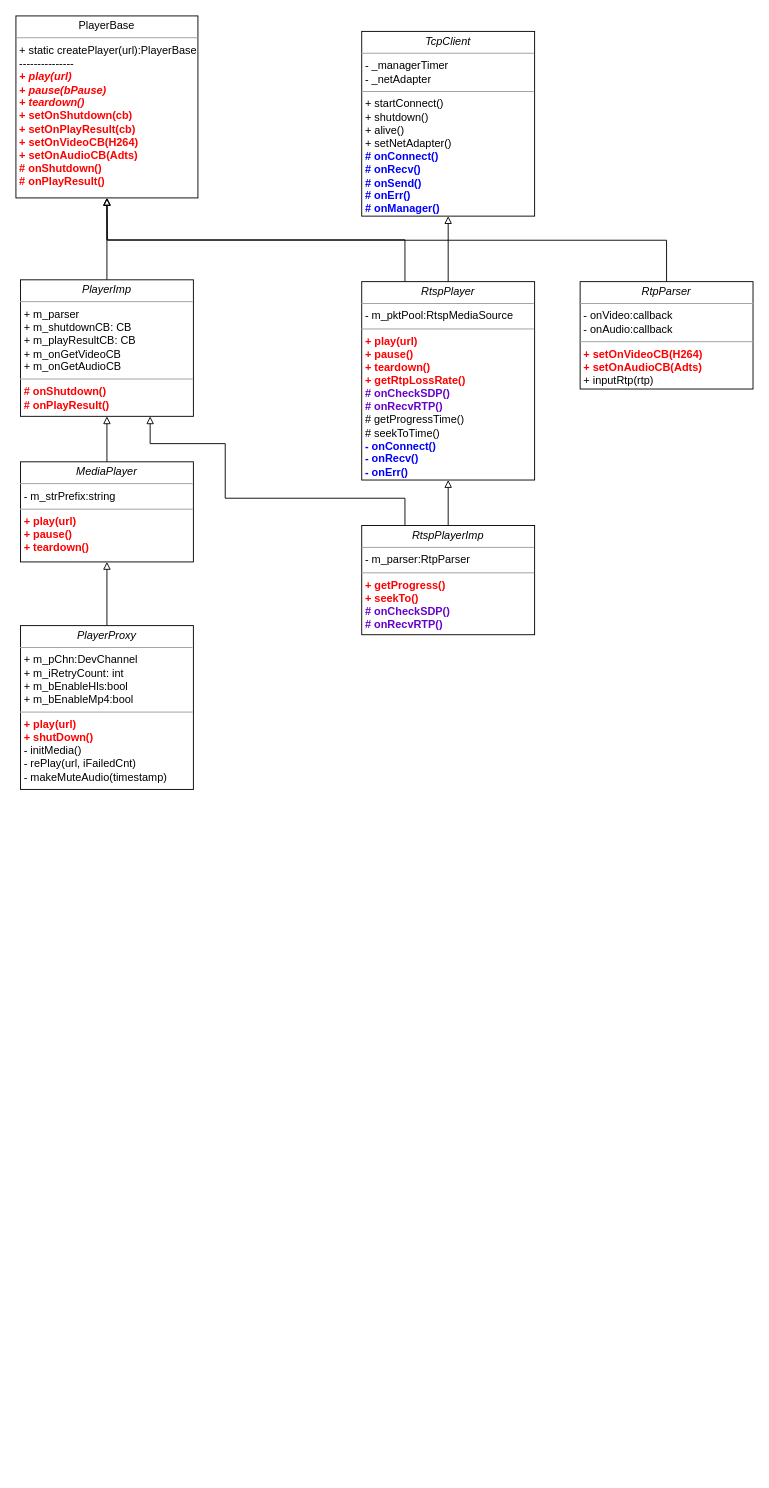
Before: 未命名绘图.drawio in ZlatanWoody/study_alg, a draw.io diagram. Source tidied: cells renumbered, new cells numbered last; positions are measured from the earlier drawing's top-left corner, leaving out a move shared by most shapes. Both pictures are drawn from the tidied source at 91%, with x=0, y=0 at pixel (15, 15).
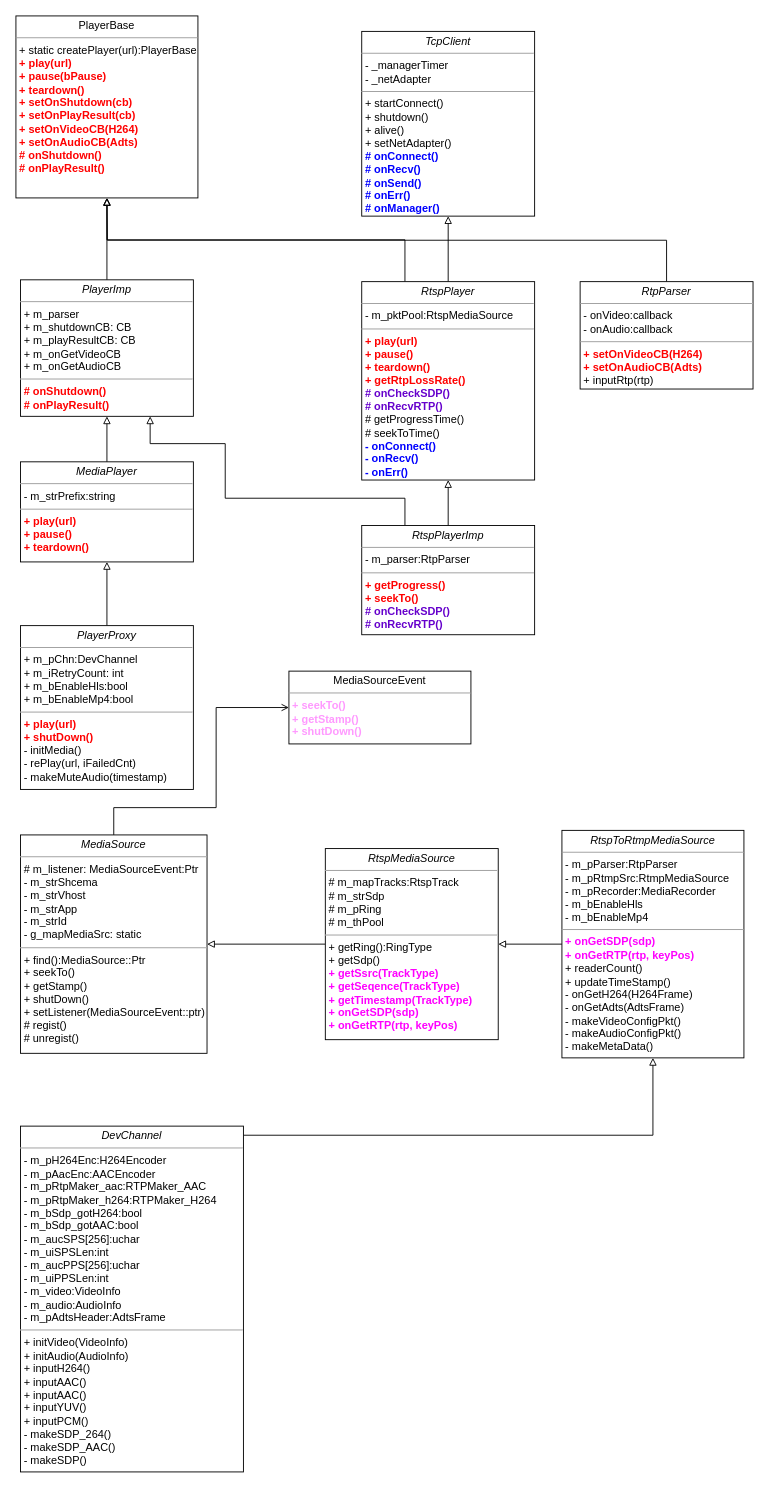
After the change.

Diff of the diagram source:
```diff
@@
-    <mxCell id="2" value="&lt;p style=&quot;margin:0px;margin-top:4px;text-align:center;&quot;&gt;PlayerBase&lt;/p&gt;&lt;hr size=&quot;1&quot;&gt;&lt;p style=&quot;margin:0px;margin-left:4px;&quot;&gt;+ static createPlayer(url):PlayerBase&lt;/p&gt;&lt;p style=&quot;margin:0px;margin-left:4px;&quot;&gt;---------------&lt;/p&gt;&lt;p style=&quot;margin:0px;margin-left:4px;&quot;&gt;&lt;i&gt;&lt;b&gt;&lt;font color=&quot;#ff0000&quot;&gt;+ play(url)&lt;br&gt;+ pause(bPause)&lt;/font&gt;&lt;/b&gt;&lt;/i&gt;&lt;/p&gt;&lt;p style=&quot;margin:0px;margin-left:4px;&quot;&gt;&lt;i&gt;&lt;b&gt;&lt;font color=&quot;#ff0000&quot;&gt;+ teardown()&lt;/font&gt;&lt;/b&gt;&lt;/i&gt;&lt;/p&gt;&lt;p style=&quot;margin:0px;margin-left:4px;&quot;&gt;&lt;b&gt;&lt;font color=&quot;#ff0000&quot;&gt;+ setOnShutdown(cb)&lt;/font&gt;&lt;/b&gt;&lt;/p&gt;&lt;p style=&quot;margin:0px;margin-left:4px;&quot;&gt;&lt;b&gt;&lt;font color=&quot;#ff0000&quot;&gt;+ setOnPlayResult(cb)&lt;/font&gt;&lt;/b&gt;&lt;/p&gt;&lt;p style=&quot;margin:0px;margin-left:4px;&quot;&gt;&lt;b&gt;&lt;font color=&quot;#ff0000&quot;&gt;+ setOnVideoCB(H264)&lt;/font&gt;&lt;/b&gt;&lt;/p&gt;&lt;p style=&quot;margin:0px;margin-left:4px;&quot;&gt;&lt;b&gt;&lt;font color=&quot;#ff0000&quot;&gt;+ setOnAudioCB(Adts)&lt;/font&gt;&lt;/b&gt;&lt;/p&gt;&lt;p style=&quot;margin:0px;margin-left:4px;&quot;&gt;&lt;b&gt;&lt;font color=&quot;#ff0000&quot;&gt;# onShutdown()&lt;/font&gt;&lt;/b&gt;&lt;/p&gt;&lt;p style=&quot;margin:0px;margin-left:4px;&quot;&gt;&lt;b&gt;&lt;font color=&quot;#ff0000&quot;&gt;# onPlayResult()&lt;/font&gt;&lt;/b&gt;&lt;/p&gt;&lt;p style=&quot;margin:0px;margin-left:4px;&quot;&gt;&lt;br&gt;&lt;/p&gt;" style="verticalAlign=top;align=left;overflow=fill;fontSize=12;fontFamily=Helvetica;html=1;rounded=0;shadow=0;comic=0;labelBackgroundColor=none;strokeWidth=1;" parent="1" vertex="1">
+    <mxCell id="2" value="&lt;p style=&quot;margin:0px;margin-top:4px;text-align:center;&quot;&gt;PlayerBase&lt;/p&gt;&lt;hr size=&quot;1&quot;&gt;&lt;p style=&quot;margin:0px;margin-left:4px;&quot;&gt;+ static createPlayer(url):PlayerBase&lt;/p&gt;&lt;p style=&quot;margin:0px;margin-left:4px;&quot;&gt;&lt;font style=&quot;&quot; color=&quot;#ff0000&quot;&gt;&lt;b&gt;+ play(url)&lt;br&gt;+ pause(bPause)&lt;/b&gt;&lt;/font&gt;&lt;/p&gt;&lt;p style=&quot;margin:0px;margin-left:4px;&quot;&gt;&lt;font style=&quot;&quot; color=&quot;#ff0000&quot;&gt;&lt;b&gt;+ teardown()&lt;/b&gt;&lt;/font&gt;&lt;/p&gt;&lt;p style=&quot;margin:0px;margin-left:4px;&quot;&gt;&lt;b&gt;&lt;font color=&quot;#ff0000&quot;&gt;+ setOnShutdown(cb)&lt;/font&gt;&lt;/b&gt;&lt;/p&gt;&lt;p style=&quot;margin:0px;margin-left:4px;&quot;&gt;&lt;b&gt;&lt;font color=&quot;#ff0000&quot;&gt;+ setOnPlayResult(cb)&lt;/font&gt;&lt;/b&gt;&lt;/p&gt;&lt;p style=&quot;margin:0px;margin-left:4px;&quot;&gt;&lt;b&gt;&lt;font color=&quot;#ff0000&quot;&gt;+ setOnVideoCB(H264)&lt;/font&gt;&lt;/b&gt;&lt;/p&gt;&lt;p style=&quot;margin:0px;margin-left:4px;&quot;&gt;&lt;b&gt;&lt;font color=&quot;#ff0000&quot;&gt;+ setOnAudioCB(Adts)&lt;/font&gt;&lt;/b&gt;&lt;/p&gt;&lt;p style=&quot;margin:0px;margin-left:4px;&quot;&gt;&lt;b&gt;&lt;font color=&quot;#ff0000&quot;&gt;# onShutdown()&lt;/font&gt;&lt;/b&gt;&lt;/p&gt;&lt;p style=&quot;margin:0px;margin-left:4px;&quot;&gt;&lt;b&gt;&lt;font color=&quot;#ff0000&quot;&gt;# onPlayResult()&lt;/font&gt;&lt;/b&gt;&lt;/p&gt;&lt;p style=&quot;margin:0px;margin-left:4px;&quot;&gt;&lt;br&gt;&lt;/p&gt;" style="verticalAlign=top;align=left;overflow=fill;fontSize=12;fontFamily=Helvetica;html=1;rounded=0;shadow=0;comic=0;labelBackgroundColor=none;strokeWidth=1;" parent="1" vertex="1">
       <mxGeometry width="200" height="200" as="geometry" />
     </mxCell>
@@
+    <mxCell id="18" style="edgeStyle=orthogonalEdgeStyle;rounded=0;jettySize=auto;html=1;exitX=0.5;exitY=0;exitDx=0;exitDy=0;entryX=0;entryY=0.5;entryDx=0;entryDy=0;fontColor=#FF99FF;endArrow=open;endFill=0;" parent="1" edge="1" source="19" target="20">
+      <mxGeometry relative="1" as="geometry">
+        <Array as="points">
+          <mxPoint x="108" y="870" />
+          <mxPoint x="220" y="870" />
+          <mxPoint x="220" y="760" />
+        </Array>
+      </mxGeometry>
+    </mxCell>
+    <mxCell id="19" value="&lt;p style=&quot;margin:0px;margin-top:4px;text-align:center;&quot;&gt;&lt;i&gt;MediaSource&lt;/i&gt;&lt;/p&gt;&lt;hr size=&quot;1&quot;&gt;&lt;p style=&quot;margin:0px;margin-left:4px;&quot;&gt;# m_listener: MediaSourceEvent:Ptr&lt;/p&gt;&lt;p style=&quot;margin:0px;margin-left:4px;&quot;&gt;- m_strShcema&lt;/p&gt;&lt;p style=&quot;margin:0px;margin-left:4px;&quot;&gt;- m_strVhost&lt;/p&gt;&lt;p style=&quot;margin:0px;margin-left:4px;&quot;&gt;- m_strApp&lt;/p&gt;&lt;p style=&quot;margin:0px;margin-left:4px;&quot;&gt;- m_strId&lt;/p&gt;&lt;p style=&quot;margin:0px;margin-left:4px;&quot;&gt;- g_mapMediaSrc: static&lt;/p&gt;&lt;hr size=&quot;1&quot;&gt;&lt;p style=&quot;border-color: var(--border-color); margin: 0px 0px 0px 4px;&quot;&gt;&lt;span style=&quot;background-color: initial;&quot;&gt;+ find():MediaSource::Ptr&lt;/span&gt;&lt;br&gt;&lt;/p&gt;&lt;p style=&quot;border-color: var(--border-color); margin: 0px 0px 0px 4px;&quot;&gt;+ seekTo()&lt;/p&gt;&lt;p style=&quot;border-color: var(--border-color); margin: 0px 0px 0px 4px;&quot;&gt;+ getStamp()&lt;/p&gt;&lt;p style=&quot;border-color: var(--border-color); margin: 0px 0px 0px 4px;&quot;&gt;+ shutDown()&lt;/p&gt;&lt;p style=&quot;border-color: var(--border-color); margin: 0px 0px 0px 4px;&quot;&gt;+ setListener(MediaSourceEvent::ptr)&lt;/p&gt;&lt;p style=&quot;border-color: var(--border-color); margin: 0px 0px 0px 4px;&quot;&gt;# regist()&lt;/p&gt;&lt;p style=&quot;border-color: var(--border-color); margin: 0px 0px 0px 4px;&quot;&gt;# unregist()&lt;/p&gt;&lt;p style=&quot;border-color: var(--border-color); margin: 0px 0px 0px 4px;&quot;&gt;&lt;br&gt;&lt;/p&gt;" style="verticalAlign=top;align=left;overflow=fill;fontSize=12;fontFamily=Helvetica;html=1;rounded=0;shadow=0;comic=0;labelBackgroundColor=none;strokeWidth=1;" parent="1" vertex="1">
+      <mxGeometry x="5" y="900" width="205" height="240" as="geometry" />
+    </mxCell>
+    <mxCell id="20" value="&lt;p style=&quot;margin:0px;margin-top:4px;text-align:center;&quot;&gt;MediaSourceEvent&lt;/p&gt;&lt;hr size=&quot;1&quot;&gt;&lt;p style=&quot;margin:0px;margin-left:4px;&quot;&gt;&lt;font color=&quot;#ff99ff&quot;&gt;&lt;span style=&quot;background-color: initial;&quot;&gt;&lt;b style=&quot;&quot;&gt;+ seekTo()&lt;/b&gt;&lt;/span&gt;&lt;br&gt;&lt;/font&gt;&lt;/p&gt;&lt;p style=&quot;margin:0px;margin-left:4px;&quot;&gt;&lt;b&gt;&lt;font color=&quot;#ff99ff&quot;&gt;+ getStamp()&lt;/font&gt;&lt;/b&gt;&lt;/p&gt;&lt;p style=&quot;margin:0px;margin-left:4px;&quot;&gt;&lt;b style=&quot;&quot;&gt;&lt;font color=&quot;#ff99ff&quot;&gt;+ shutDown()&lt;/font&gt;&lt;/b&gt;&lt;/p&gt;&lt;p style=&quot;margin:0px;margin-left:4px;&quot;&gt;&lt;br&gt;&lt;/p&gt;&lt;p style=&quot;margin:0px;margin-left:4px;&quot;&gt;&lt;br&gt;&lt;/p&gt;" style="verticalAlign=top;align=left;overflow=fill;fontSize=12;fontFamily=Helvetica;html=1;rounded=0;shadow=0;comic=0;labelBackgroundColor=none;strokeWidth=1;" parent="1" vertex="1">
+      <mxGeometry x="300" y="720" width="200" height="80" as="geometry" />
+    </mxCell>
+    <mxCell id="21" style="edgeStyle=orthogonalEdgeStyle;rounded=0;jettySize=auto;html=1;exitX=0;exitY=0.5;exitDx=0;exitDy=0;fontColor=#FF00FF;endArrow=block;endFill=0;" parent="1" edge="1" source="22" target="19">
+      <mxGeometry relative="1" as="geometry" />
+    </mxCell>
+    <mxCell id="22" value="&lt;p style=&quot;margin:0px;margin-top:4px;text-align:center;&quot;&gt;&lt;i&gt;RtspMediaSource&lt;/i&gt;&lt;/p&gt;&lt;hr size=&quot;1&quot;&gt;&lt;p style=&quot;margin:0px;margin-left:4px;&quot;&gt;# m_mapTracks:RtspTrack&lt;/p&gt;&lt;p style=&quot;margin:0px;margin-left:4px;&quot;&gt;# m_strSdp&lt;/p&gt;&lt;p style=&quot;margin:0px;margin-left:4px;&quot;&gt;# m_pRing&lt;/p&gt;&lt;p style=&quot;margin:0px;margin-left:4px;&quot;&gt;# m_thPool&lt;/p&gt;&lt;hr size=&quot;1&quot;&gt;&lt;p style=&quot;border-color: var(--border-color); margin: 0px 0px 0px 4px;&quot;&gt;&lt;span style=&quot;background-color: initial;&quot;&gt;+ getRing():RingType&lt;/span&gt;&lt;br&gt;&lt;/p&gt;&lt;p style=&quot;border-color: var(--border-color); margin: 0px 0px 0px 4px;&quot;&gt;+ getSdp()&lt;/p&gt;&lt;p style=&quot;border-color: var(--border-color); margin: 0px 0px 0px 4px;&quot;&gt;&lt;b&gt;&lt;font color=&quot;#ff00ff&quot;&gt;+ getSsrc(TrackType)&lt;/font&gt;&lt;/b&gt;&lt;/p&gt;&lt;p style=&quot;border-color: var(--border-color); margin: 0px 0px 0px 4px;&quot;&gt;&lt;b&gt;&lt;font color=&quot;#ff00ff&quot;&gt;+ getSeqence(TrackType)&lt;/font&gt;&lt;/b&gt;&lt;/p&gt;&lt;p style=&quot;border-color: var(--border-color); margin: 0px 0px 0px 4px;&quot;&gt;&lt;b&gt;&lt;font color=&quot;#ff00ff&quot;&gt;+ getTimestamp(TrackType)&lt;/font&gt;&lt;/b&gt;&lt;/p&gt;&lt;p style=&quot;border-color: var(--border-color); margin: 0px 0px 0px 4px;&quot;&gt;&lt;b&gt;&lt;font color=&quot;#ff00ff&quot;&gt;+ onGetSDP(sdp)&lt;/font&gt;&lt;/b&gt;&lt;/p&gt;&lt;p style=&quot;border-color: var(--border-color); margin: 0px 0px 0px 4px;&quot;&gt;&lt;b&gt;&lt;font color=&quot;#ff00ff&quot;&gt;+ onGetRTP(rtp, keyPos)&lt;/font&gt;&lt;/b&gt;&lt;/p&gt;&lt;p style=&quot;border-color: var(--border-color); margin: 0px 0px 0px 4px;&quot;&gt;&lt;br&gt;&lt;/p&gt;&lt;p style=&quot;border-color: var(--border-color); margin: 0px 0px 0px 4px;&quot;&gt;&lt;br&gt;&lt;/p&gt;" style="verticalAlign=top;align=left;overflow=fill;fontSize=12;fontFamily=Helvetica;html=1;rounded=0;shadow=0;comic=0;labelBackgroundColor=none;strokeWidth=1;" parent="1" vertex="1">
+      <mxGeometry x="340" y="915" width="190" height="210" as="geometry" />
+    </mxCell>
+    <mxCell id="23" style="edgeStyle=orthogonalEdgeStyle;rounded=0;jettySize=auto;html=1;fontColor=#FF00FF;endArrow=block;endFill=0;" parent="1" edge="1" source="24" target="22">
+      <mxGeometry relative="1" as="geometry" />
+    </mxCell>
+    <mxCell id="24" value="&lt;p style=&quot;margin:0px;margin-top:4px;text-align:center;&quot;&gt;&lt;i&gt;RtspToRtmpMediaSource&lt;/i&gt;&lt;/p&gt;&lt;hr size=&quot;1&quot;&gt;&lt;p style=&quot;margin:0px;margin-left:4px;&quot;&gt;- m_pParser:RtpParser&lt;/p&gt;&lt;p style=&quot;margin:0px;margin-left:4px;&quot;&gt;- m_pRtmpSrc:RtmpMediaSource&lt;/p&gt;&lt;p style=&quot;margin:0px;margin-left:4px;&quot;&gt;- m_pRecorder:MediaRecorder&lt;/p&gt;&lt;p style=&quot;margin:0px;margin-left:4px;&quot;&gt;- m_bEnableHls&lt;/p&gt;&lt;p style=&quot;margin:0px;margin-left:4px;&quot;&gt;- m_bEnableMp4&lt;/p&gt;&lt;hr size=&quot;1&quot;&gt;&lt;p style=&quot;border-color: var(--border-color); margin: 0px 0px 0px 4px;&quot;&gt;&lt;b style=&quot;background-color: initial;&quot;&gt;&lt;font color=&quot;#ff00ff&quot;&gt;+ onGetSDP(sdp)&lt;/font&gt;&lt;/b&gt;&lt;br&gt;&lt;/p&gt;&lt;p style=&quot;border-color: var(--border-color); margin: 0px 0px 0px 4px;&quot;&gt;&lt;b&gt;&lt;font color=&quot;#ff00ff&quot;&gt;+ onGetRTP(rtp, keyPos)&lt;/font&gt;&lt;/b&gt;&lt;/p&gt;&lt;p style=&quot;border-color: var(--border-color); margin: 0px 0px 0px 4px;&quot;&gt;+ readerCount()&lt;/p&gt;&lt;p style=&quot;border-color: var(--border-color); margin: 0px 0px 0px 4px;&quot;&gt;+ updateTimeStamp()&lt;/p&gt;&lt;p style=&quot;border-color: var(--border-color); margin: 0px 0px 0px 4px;&quot;&gt;- onGetH264(H264Frame)&lt;/p&gt;&lt;p style=&quot;border-color: var(--border-color); margin: 0px 0px 0px 4px;&quot;&gt;- onGetAdts(AdtsFrame)&lt;/p&gt;&lt;p style=&quot;border-color: var(--border-color); margin: 0px 0px 0px 4px;&quot;&gt;- makeVideoConfigPkt()&lt;/p&gt;&lt;p style=&quot;border-color: var(--border-color); margin: 0px 0px 0px 4px;&quot;&gt;- makeAudioConfigPkt()&lt;/p&gt;&lt;p style=&quot;border-color: var(--border-color); margin: 0px 0px 0px 4px;&quot;&gt;- makeMetaData()&lt;/p&gt;" style="verticalAlign=top;align=left;overflow=fill;fontSize=12;fontFamily=Helvetica;html=1;rounded=0;shadow=0;comic=0;labelBackgroundColor=none;strokeWidth=1;" parent="1" vertex="1">
+      <mxGeometry x="600" y="895" width="200" height="250" as="geometry" />
+    </mxCell>
+    <mxCell id="25" style="edgeStyle=orthogonalEdgeStyle;rounded=0;jettySize=auto;html=1;fontColor=#FF00FF;endArrow=block;endFill=0;" parent="1" edge="1" source="26" target="24">
+      <mxGeometry relative="1" as="geometry">
+        <Array as="points">
+          <mxPoint x="700" y="1230" />
+        </Array>
+      </mxGeometry>
+    </mxCell>
+    <mxCell id="26" value="&lt;p style=&quot;margin:0px;margin-top:4px;text-align:center;&quot;&gt;&lt;i&gt;DevChannel&lt;/i&gt;&lt;/p&gt;&lt;hr size=&quot;1&quot;&gt;&lt;p style=&quot;margin:0px;margin-left:4px;&quot;&gt;- m_pH264Enc:H264Encoder&lt;/p&gt;&lt;p style=&quot;margin:0px;margin-left:4px;&quot;&gt;- m_pAacEnc:AACEncoder&lt;/p&gt;&lt;p style=&quot;margin:0px;margin-left:4px;&quot;&gt;- m_pRtpMaker_aac:RTPMaker_AAC&lt;/p&gt;&lt;p style=&quot;margin:0px;margin-left:4px;&quot;&gt;- m_pRtpMaker_h264:RTPMaker_H264&lt;/p&gt;&lt;p style=&quot;margin:0px;margin-left:4px;&quot;&gt;- m_bSdp_gotH264:bool&lt;/p&gt;&lt;p style=&quot;margin:0px;margin-left:4px;&quot;&gt;- m_bSdp_gotAAC:bool&lt;/p&gt;&lt;p style=&quot;margin:0px;margin-left:4px;&quot;&gt;- m_aucSPS[256]:uchar&lt;/p&gt;&lt;p style=&quot;margin:0px;margin-left:4px;&quot;&gt;- m_uiSPSLen:int&lt;/p&gt;&lt;p style=&quot;margin:0px;margin-left:4px;&quot;&gt;- m_aucPPS[256]:uchar&lt;/p&gt;&lt;p style=&quot;margin:0px;margin-left:4px;&quot;&gt;- m_uiPPSLen:int&lt;/p&gt;&lt;p style=&quot;margin:0px;margin-left:4px;&quot;&gt;- m_video:VideoInfo&lt;/p&gt;&lt;p style=&quot;margin:0px;margin-left:4px;&quot;&gt;- m_audio:AudioInfo&lt;/p&gt;&lt;p style=&quot;margin:0px;margin-left:4px;&quot;&gt;- m_pAdtsHeader:AdtsFrame&lt;/p&gt;&lt;hr size=&quot;1&quot;&gt;&lt;p style=&quot;border-color: var(--border-color); margin: 0px 0px 0px 4px;&quot;&gt;+ initVideo(VideoInfo)&lt;br&gt;&lt;/p&gt;&lt;p style=&quot;border-color: var(--border-color); margin: 0px 0px 0px 4px;&quot;&gt;+ initAudio(AudioInfo)&lt;/p&gt;&lt;p style=&quot;border-color: var(--border-color); margin: 0px 0px 0px 4px;&quot;&gt;+ inputH264()&lt;/p&gt;&lt;p style=&quot;border-color: var(--border-color); margin: 0px 0px 0px 4px;&quot;&gt;+ inputAAC()&lt;/p&gt;&lt;p style=&quot;border-color: var(--border-color); margin: 0px 0px 0px 4px;&quot;&gt;+ inputAAC()&lt;/p&gt;&lt;p style=&quot;border-color: var(--border-color); margin: 0px 0px 0px 4px;&quot;&gt;+ inputYUV()&lt;/p&gt;&lt;p style=&quot;border-color: var(--border-color); margin: 0px 0px 0px 4px;&quot;&gt;+ inputPCM()&lt;/p&gt;&lt;p style=&quot;border-color: var(--border-color); margin: 0px 0px 0px 4px;&quot;&gt;- makeSDP_264()&lt;/p&gt;&lt;p style=&quot;border-color: var(--border-color); margin: 0px 0px 0px 4px;&quot;&gt;- makeSDP_AAC()&lt;/p&gt;&lt;p style=&quot;border-color: var(--border-color); margin: 0px 0px 0px 4px;&quot;&gt;- makeSDP()&lt;/p&gt;" style="verticalAlign=top;align=left;overflow=fill;fontSize=12;fontFamily=Helvetica;html=1;rounded=0;shadow=0;comic=0;labelBackgroundColor=none;strokeWidth=1;" parent="1" vertex="1">
+      <mxGeometry x="5" y="1220" width="245" height="380" as="geometry" />
+    </mxCell>
```
